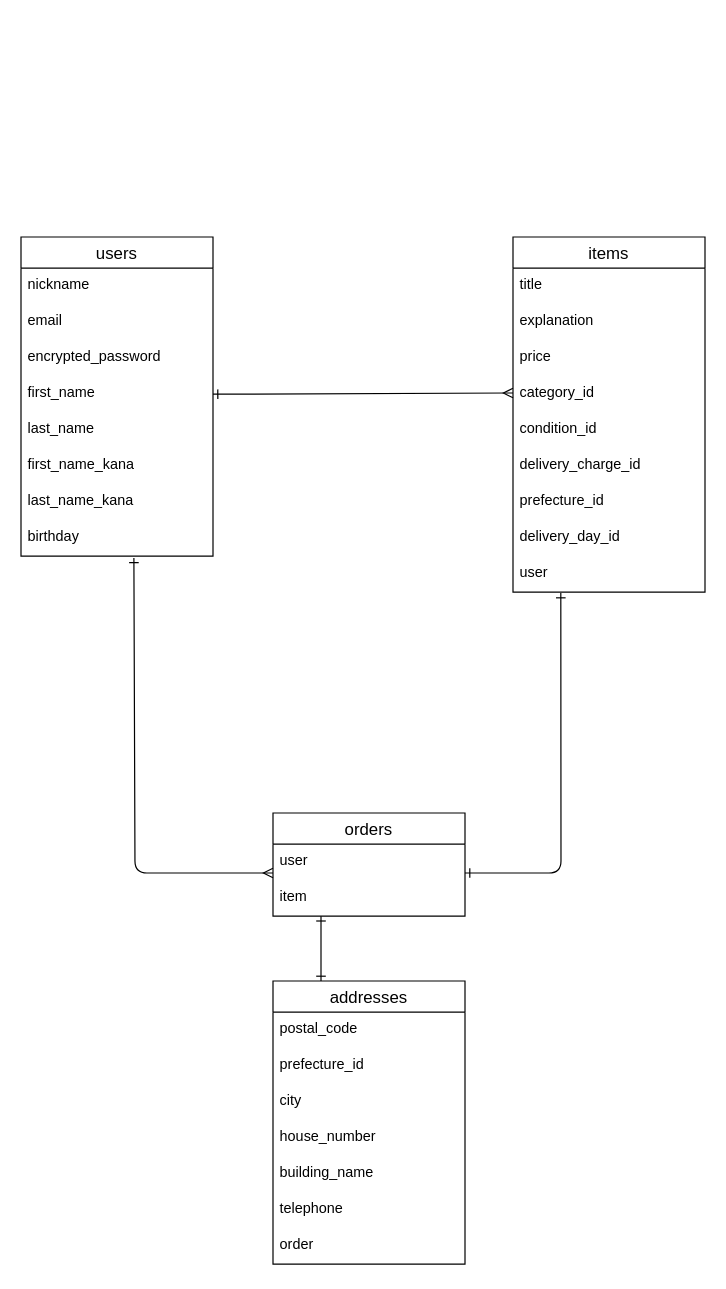
Above: ER.dio in qirpour/furima-39018 (draw.io), before the change. Source tidied: cells renumbered, new cells numbered last; positions are measured from the earlier drawing's top-left corner, leaving out a move shared by most shapes. Both pictures are drawn from the tidied source at 120%, with x=0, y=0 at pixel (20, 236).
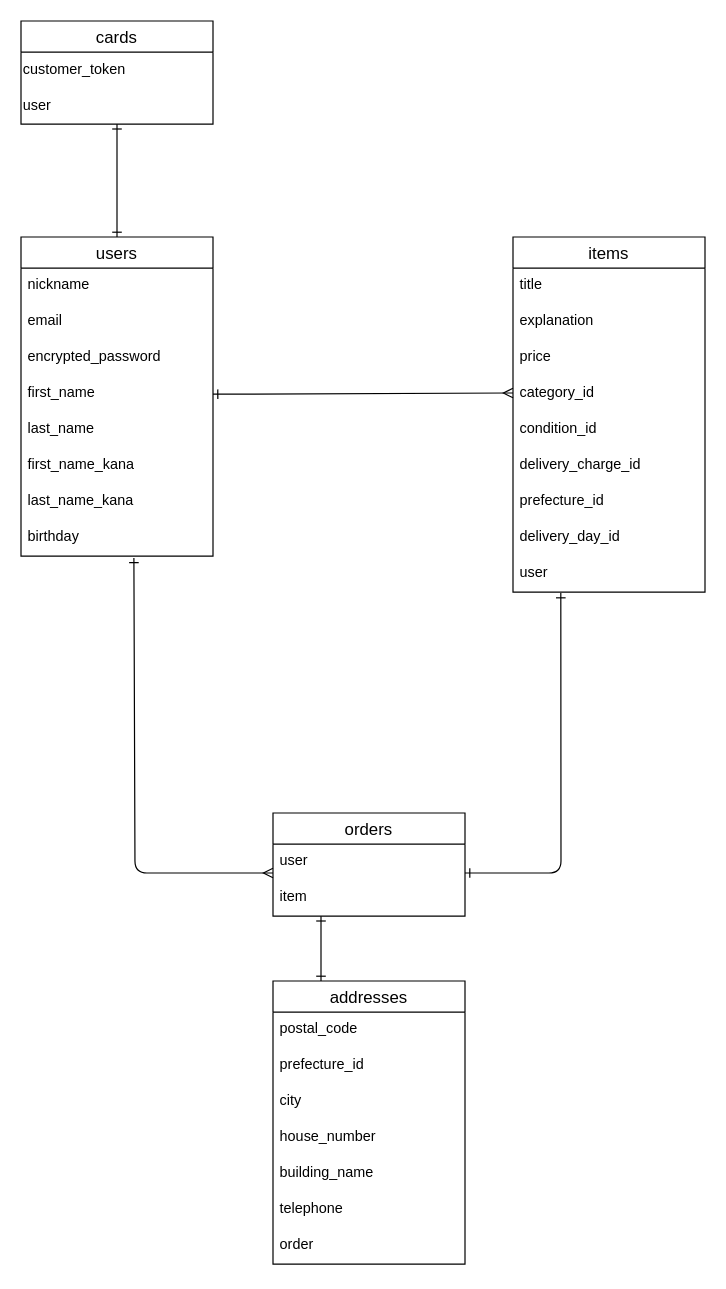
The same diagram, later.

The edit, as a diff of the source:
```diff
@@
+    <mxCell id="36" value="cards" style="swimlane;fontStyle=0;horizontal=1;startSize=26;align=center;fontSize=14;" parent="1" vertex="1">
+      <mxGeometry y="-180" width="160" height="86" as="geometry" />
+    </mxCell>
+    <mxCell id="37" value="customer_token" style="text;html=1;align=left;verticalAlign=middle;strokeColor=none;fillColor=none;" parent="36" vertex="1">
+      <mxGeometry y="26" width="160" height="30" as="geometry" />
+    </mxCell>
+    <mxCell id="38" value="user" style="text;html=1;align=left;verticalAlign=middle;strokeColor=none;fillColor=none;" parent="36" vertex="1">
+      <mxGeometry y="56" width="160" height="30" as="geometry" />
+    </mxCell>
+    <mxCell id="39" style="edgeStyle=none;html=1;startArrow=ERone;startFill=0;strokeColor=default;endArrow=ERone;endFill=0;entryX=0.5;entryY=1;entryDx=0;entryDy=0;" parent="1" edge="1" target="36">
+      <mxGeometry relative="1" as="geometry">
+        <mxPoint x="80" as="sourcePoint" />
+      </mxGeometry>
+    </mxCell>
```
